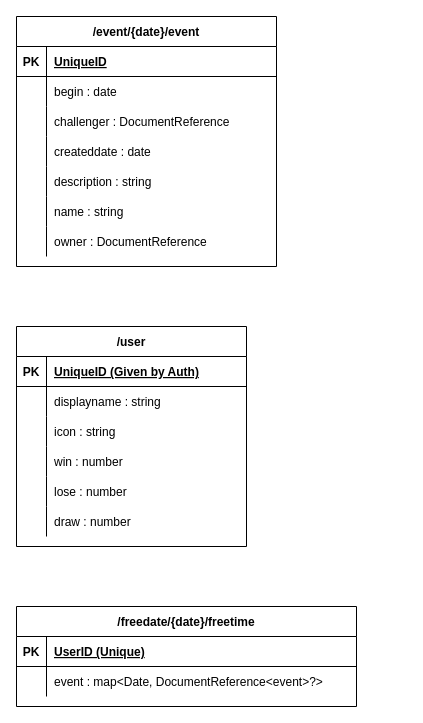
The draw.io diagram firestore/structure.drawio in ApoApon/ApoApon, before the edit. Source tidied: cells renumbered, new cells numbered last; positions are measured from the earlier drawing's top-left corner, leaving out a move shared by most shapes. Both pictures are drawn from the tidied source at 100%, with x=0, y=0 at pixel (16, 16).
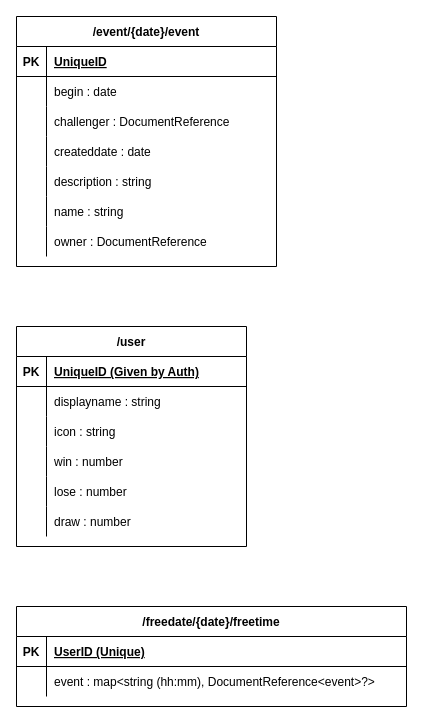
The same page after the edit.

Commit message (it also covers changes not shown here):
DB構造を修正

Diff of the diagram source:
```diff
@@
     <mxCell id="43" value="/freedate/{date}/freetime" style="shape=table;startSize=30;childLayout=tableLayout;rowLines=0;fontStyle=1;align=center;" parent="1" vertex="1">
-      <mxGeometry y="590" width="340" height="100" as="geometry" />
+      <mxGeometry y="590" width="390" height="100" as="geometry" />
     </mxCell>
     <mxCell id="44" style="shape=partialRectangle;fillColor=none;top=0;left=0;bottom=1;right=0;" parent="43" vertex="1">
-      <mxGeometry y="30" width="340" height="30" as="geometry" />
+      <mxGeometry y="30" width="390" height="30" as="geometry" />
     </mxCell>
@@
     <mxCell id="46" value="UserID (Unique)" style="shape=partialRectangle;fillColor=none;top=0;left=0;bottom=0;right=0;align=left;spacingLeft=6;fontStyle=5;overflow=hidden;" parent="44" vertex="1">
-      <mxGeometry x="30" width="310" height="30" as="geometry" />
+      <mxGeometry x="30" width="360" height="30" as="geometry" />
     </mxCell>
     <mxCell id="47" style="shape=partialRectangle;fillColor=none;top=0;left=0;bottom=0;right=0;" parent="43" vertex="1">
-      <mxGeometry y="60" width="340" height="30" as="geometry" />
+      <mxGeometry y="60" width="390" height="30" as="geometry" />
     </mxCell>
@@
-    <mxCell id="49" value="event : map&lt;Date, DocumentReference&lt;event&gt;?&gt;" style="shape=partialRectangle;fillColor=none;top=0;left=0;bottom=0;right=0;align=left;spacingLeft=6;overflow=hidden;" parent="47" vertex="1">
-      <mxGeometry x="30" width="310" height="30" as="geometry" />
+    <mxCell id="49" value="event : map&lt;string (hh:mm), DocumentReference&lt;event&gt;?&gt;" style="shape=partialRectangle;fillColor=none;top=0;left=0;bottom=0;right=0;align=left;spacingLeft=6;overflow=hidden;" parent="47" vertex="1">
+      <mxGeometry x="30" width="360" height="30" as="geometry" />
     </mxCell>
```
